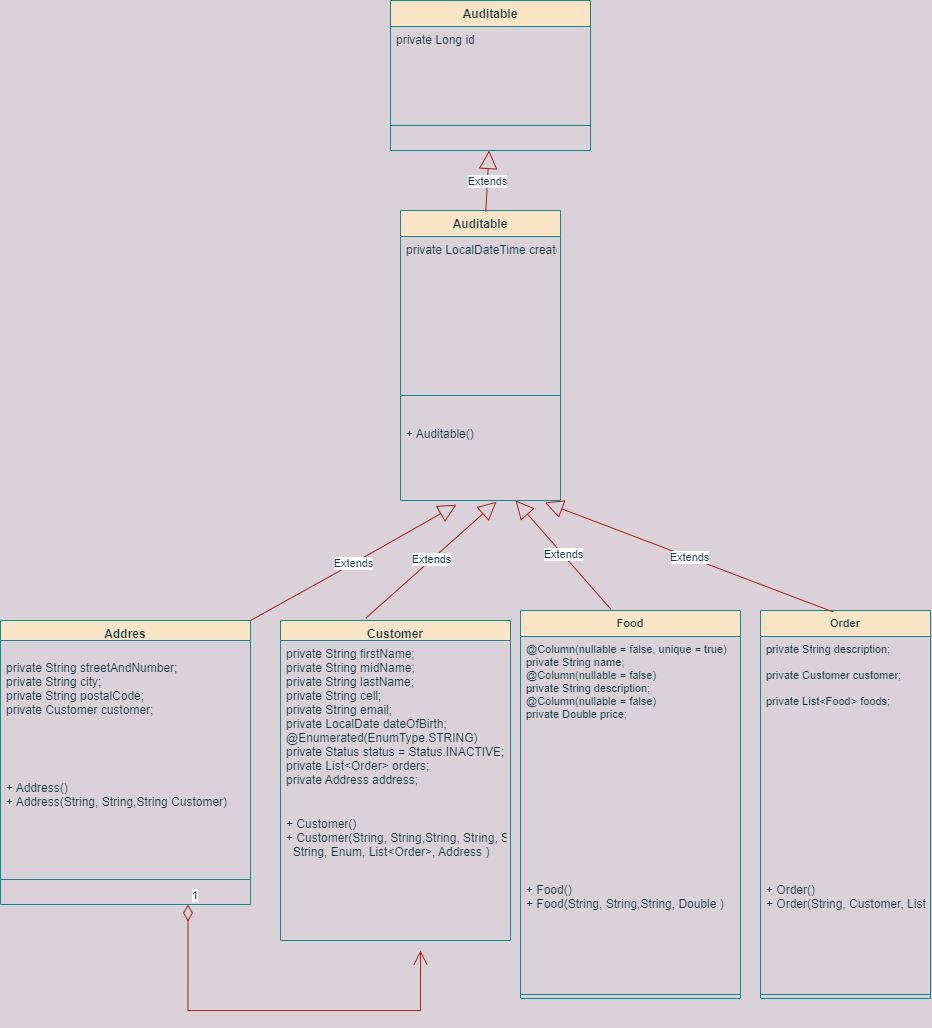
Csaba79-coder/webler-feeder keeps this draw.io diagram as doc/class-diagram/ClassDiagram/ClassDiagram.png. Above is the earlier version. Source tidied: cells renumbered, new cells last; positions are measured from the earlier drawing's top-left corner, leaving out a move shared by most shapes. Source of this version:
```xml
<mxGraphModel background="#DAD2D8">
  <root>
    <mxCell id="0" />
    <mxCell id="1" parent="0" />
    <mxCell id="2" value="Auditable&#10;" style="swimlane;fontStyle=1;align=center;verticalAlign=top;horizontal=1;startSize=26;strokeColor=#0F8B8D;fontColor=#143642;fillColor=#FAE5C7;" parent="1" vertex="1">
      <mxGeometry x="400" y="210" width="160" height="290" as="geometry" />
    </mxCell>
    <mxCell id="3" value="private LocalDateTime createdAt = now();" style="text;strokeColor=none;fillColor=none;align=left;verticalAlign=top;spacingLeft=4;spacingRight=4;overflow=hidden;fontColor=#143642;" parent="2" vertex="1">
      <mxGeometry y="26" width="160" height="134" as="geometry" />
    </mxCell>
    <mxCell id="4" style="line;strokeWidth=1;fillColor=none;align=left;verticalAlign=middle;spacingTop=-1;spacingLeft=3;spacingRight=3;labelPosition=right;strokeColor=inherit;fontColor=#143642;" parent="2" vertex="1">
      <mxGeometry y="160" width="160" height="50" as="geometry" />
    </mxCell>
    <mxCell id="5" value="+ Auditable()&#10;&#10;" style="text;strokeColor=none;fillColor=none;align=left;verticalAlign=top;spacingLeft=4;spacingRight=4;overflow=hidden;points=[[0,0.5],[1,0.5]];portConstraint=eastwest;fontColor=#143642;" parent="2" vertex="1">
      <mxGeometry y="210" width="160" height="80" as="geometry" />
    </mxCell>
    <mxCell id="6" value="Auditable&#10;" style="swimlane;fontStyle=1;align=center;verticalAlign=top;horizontal=1;startSize=26;strokeColor=#0F8B8D;fontColor=#143642;fillColor=#FAE5C7;" parent="1" vertex="1">
      <mxGeometry x="390" width="200" height="150" as="geometry" />
    </mxCell>
    <mxCell id="7" value="private Long id" style="text;strokeColor=none;fillColor=none;align=left;verticalAlign=top;spacingLeft=4;spacingRight=4;overflow=hidden;fontColor=#143642;" parent="6" vertex="1">
      <mxGeometry y="26" width="200" height="74" as="geometry" />
    </mxCell>
    <mxCell id="8" style="line;strokeWidth=1;fillColor=none;align=left;verticalAlign=middle;spacingTop=-1;spacingLeft=3;spacingRight=3;labelPosition=right;points=[];portConstraint=eastwest;strokeColor=inherit;fontColor=#143642;" parent="6" vertex="1">
      <mxGeometry y="100" width="200" height="50" as="geometry" />
    </mxCell>
    <mxCell id="9" value="Addres&#10;" style="swimlane;fontStyle=1;align=center;verticalAlign=top;horizontal=1;startSize=20;strokeColor=#0F8B8D;fontColor=#143642;fillColor=#FAE5C7;" parent="1" vertex="1">
      <mxGeometry y="620" width="250" height="284" as="geometry" />
    </mxCell>
    <mxCell id="10" value="&#10;private String streetAndNumber;&#10;private String city;&#10;private String postalCode;&#10;private Customer customer;&#10;" style="text;strokeColor=none;fillColor=none;align=left;verticalAlign=top;spacingLeft=4;spacingRight=4;overflow=hidden;fontColor=#143642;" parent="9" vertex="1">
      <mxGeometry y="20" width="250" height="134" as="geometry" />
    </mxCell>
    <mxCell id="11" value="+ Address()&#10;+ Address(String, String,String Customer)&#10;" style="text;strokeColor=none;fillColor=none;align=left;verticalAlign=top;spacingLeft=4;spacingRight=4;overflow=hidden;fontColor=#143642;" parent="9" vertex="1">
      <mxGeometry y="154" width="250" height="80" as="geometry" />
    </mxCell>
    <mxCell id="12" style="line;strokeWidth=1;fillColor=none;align=left;verticalAlign=middle;spacingTop=-1;spacingLeft=3;spacingRight=3;labelPosition=right;strokeColor=inherit;fontColor=#143642;" parent="9" vertex="1">
      <mxGeometry y="234" width="250" height="50" as="geometry" />
    </mxCell>
    <mxCell id="13" value="Customer&#10;" style="swimlane;fontStyle=1;align=center;verticalAlign=top;horizontal=1;startSize=20;strokeColor=#0F8B8D;fontColor=#143642;fillColor=#FAE5C7;" parent="1" vertex="1">
      <mxGeometry x="280" y="620" width="230" height="320" as="geometry" />
    </mxCell>
    <mxCell id="14" value="private String firstName;&#10;private String midName;&#10;private String lastName;&#10;private String cell;&#10;private String email;&#10;private LocalDate dateOfBirth;&#10;@Enumerated(EnumType.STRING)&#10;private Status status = Status.INACTIVE;&#10;private List&lt;Order&gt; orders;&#10;private Address address;" style="text;strokeColor=none;fillColor=none;align=left;verticalAlign=top;spacingLeft=4;spacingRight=4;overflow=hidden;fontColor=#143642;" parent="13" vertex="1">
      <mxGeometry y="20" width="230" height="170" as="geometry" />
    </mxCell>
    <mxCell id="15" value="+ Customer()&#10;+ Customer(String, String,String, String, String,&#10;  String, Enum, List&lt;Order&gt;, Address )&#10;" style="text;strokeColor=none;fillColor=none;align=left;verticalAlign=top;spacingLeft=4;spacingRight=4;overflow=hidden;fontColor=#143642;" parent="13" vertex="1">
      <mxGeometry y="190" width="230" height="130" as="geometry" />
    </mxCell>
    <mxCell id="16" value="Extends" style="endArrow=block;endSize=16;endFill=0;html=1;rounded=0;strokeColor=#A8201A;fontColor=#143642;fillColor=#FAE5C7;entryX=0.35;entryY=1.053;entryDx=0;entryDy=0;entryPerimeter=0;exitX=1;exitY=0;exitDx=0;exitDy=0;" parent="1" edge="1" source="9" target="5">
      <mxGeometry relative="1" as="geometry">
        <Array as="points">
          <mxPoint x="340" y="570" />
        </Array>
      </mxGeometry>
    </mxCell>
    <mxCell id="17" value="Extends" style="endArrow=block;endSize=16;endFill=0;html=1;rounded=0;labelBackgroundColor=default;strokeColor=#A8201A;fontFamily=Helvetica;fontSize=11;fontColor=#143642;fillColor=#FAE5C7;shape=connector;exitX=0.533;exitY=0.004;exitDx=0;exitDy=0;exitPerimeter=0;" parent="1" edge="1" source="2" target="8">
      <mxGeometry relative="1" as="geometry" />
    </mxCell>
    <mxCell id="18" value="Extends" style="endArrow=block;endSize=16;endFill=0;html=1;rounded=0;labelBackgroundColor=default;strokeColor=#A8201A;fontFamily=Helvetica;fontSize=11;fontColor=#143642;fillColor=#FAE5C7;shape=connector;exitX=0.372;exitY=-0.008;exitDx=0;exitDy=0;exitPerimeter=0;entryX=0.6;entryY=1.015;entryDx=0;entryDy=0;entryPerimeter=0;" parent="1" edge="1" source="13" target="5">
      <mxGeometry relative="1" as="geometry" />
    </mxCell>
    <mxCell id="19" value="Food&#10;" style="swimlane;fontStyle=1;align=center;verticalAlign=top;horizontal=1;startSize=26;strokeColor=#0F8B8D;fontFamily=Helvetica;fontSize=11;fontColor=#143642;fillColor=#FAE5C7;" parent="1" vertex="1">
      <mxGeometry x="520" y="610" width="220" height="388" as="geometry" />
    </mxCell>
    <mxCell id="20" value="@Column(nullable = false, unique = true)&#10;private String name;&#10;@Column(nullable = false)&#10;private String description;&#10;@Column(nullable = false)&#10;private Double price;" style="text;strokeColor=none;fillColor=none;align=left;verticalAlign=top;spacingLeft=4;spacingRight=4;overflow=hidden;fontFamily=Helvetica;fontSize=11;fontColor=#143642;" parent="19" vertex="1">
      <mxGeometry y="26" width="220" height="240" as="geometry" />
    </mxCell>
    <mxCell id="21" value="+ Food()&#10;+ Food(String, String,String, Double )&#10;" style="text;strokeColor=none;fillColor=none;align=left;verticalAlign=top;spacingLeft=4;spacingRight=4;overflow=hidden;fontColor=#143642;" parent="19" vertex="1">
      <mxGeometry y="266" width="220" height="114" as="geometry" />
    </mxCell>
    <mxCell id="22" style="line;strokeWidth=1;fillColor=none;align=left;verticalAlign=middle;spacingTop=-1;spacingLeft=3;spacingRight=3;labelPosition=right;strokeColor=inherit;fontFamily=Helvetica;fontSize=11;fontColor=#143642;" parent="19" vertex="1">
      <mxGeometry y="380" width="220" height="8" as="geometry" />
    </mxCell>
    <mxCell id="23" value="Extends" style="endArrow=block;endSize=16;endFill=0;html=1;rounded=0;labelBackgroundColor=default;strokeColor=#A8201A;fontFamily=Helvetica;fontSize=11;fontColor=#143642;fillColor=#FAE5C7;shape=connector;exitX=0.411;exitY=-0.003;exitDx=0;exitDy=0;exitPerimeter=0;" parent="1" edge="1" source="19" target="5">
      <mxGeometry relative="1" as="geometry" />
    </mxCell>
    <mxCell id="24" value="Order&#10;" style="swimlane;fontStyle=1;align=center;verticalAlign=top;horizontal=1;startSize=26;strokeColor=#0F8B8D;fontFamily=Helvetica;fontSize=11;fontColor=#143642;fillColor=#FAE5C7;" parent="1" vertex="1">
      <mxGeometry x="760" y="610" width="170" height="388" as="geometry" />
    </mxCell>
    <mxCell id="25" value="private String description;&#10;&#10;private Customer customer;&#10;&#10;private List&lt;Food&gt; foods;" style="text;strokeColor=none;fillColor=none;align=left;verticalAlign=top;spacingLeft=4;spacingRight=4;overflow=hidden;fontFamily=Helvetica;fontSize=11;fontColor=#143642;" parent="24" vertex="1">
      <mxGeometry y="26" width="170" height="240" as="geometry" />
    </mxCell>
    <mxCell id="26" value="+ Order()&#10;+ Order(String, Customer, List&lt;Food&gt;)&#10;" style="text;strokeColor=none;fillColor=none;align=left;verticalAlign=top;spacingLeft=4;spacingRight=4;overflow=hidden;fontColor=#143642;" parent="24" vertex="1">
      <mxGeometry y="266" width="170" height="114" as="geometry" />
    </mxCell>
    <mxCell id="27" style="line;strokeWidth=1;fillColor=none;align=left;verticalAlign=middle;spacingTop=-1;spacingLeft=3;spacingRight=3;labelPosition=right;strokeColor=inherit;fontFamily=Helvetica;fontSize=11;fontColor=#143642;" parent="24" vertex="1">
      <mxGeometry y="380" width="170" height="8" as="geometry" />
    </mxCell>
    <mxCell id="28" value="Extends" style="endArrow=block;endSize=16;endFill=0;html=1;rounded=0;labelBackgroundColor=default;strokeColor=#A8201A;fontFamily=Helvetica;fontSize=11;fontColor=#143642;fillColor=#FAE5C7;shape=connector;entryX=0.902;entryY=1.024;entryDx=0;entryDy=0;entryPerimeter=0;exitX=0.429;exitY=0.004;exitDx=0;exitDy=0;exitPerimeter=0;" parent="1" edge="1" source="24" target="5">
      <mxGeometry relative="1" as="geometry" />
    </mxCell>
    <mxCell id="29" value="1" style="endArrow=open;html=1;endSize=12;startArrow=diamondThin;startSize=14;startFill=0;edgeStyle=orthogonalEdgeStyle;align=left;verticalAlign=bottom;rounded=0;labelBackgroundColor=default;strokeColor=#A8201A;fontFamily=Helvetica;fontSize=11;fontColor=#143642;fillColor=#FAE5C7;shape=connector;exitX=0.75;exitY=1;exitDx=0;exitDy=0;" parent="1" edge="1" source="9">
      <mxGeometry x="-1" y="3" relative="1" as="geometry">
        <mxPoint x="420" y="950" as="targetPoint" />
        <Array as="points">
          <mxPoint x="187" y="1010" />
          <mxPoint x="420" y="1010" />
        </Array>
      </mxGeometry>
    </mxCell>
  </root>
</mxGraphModel>
```
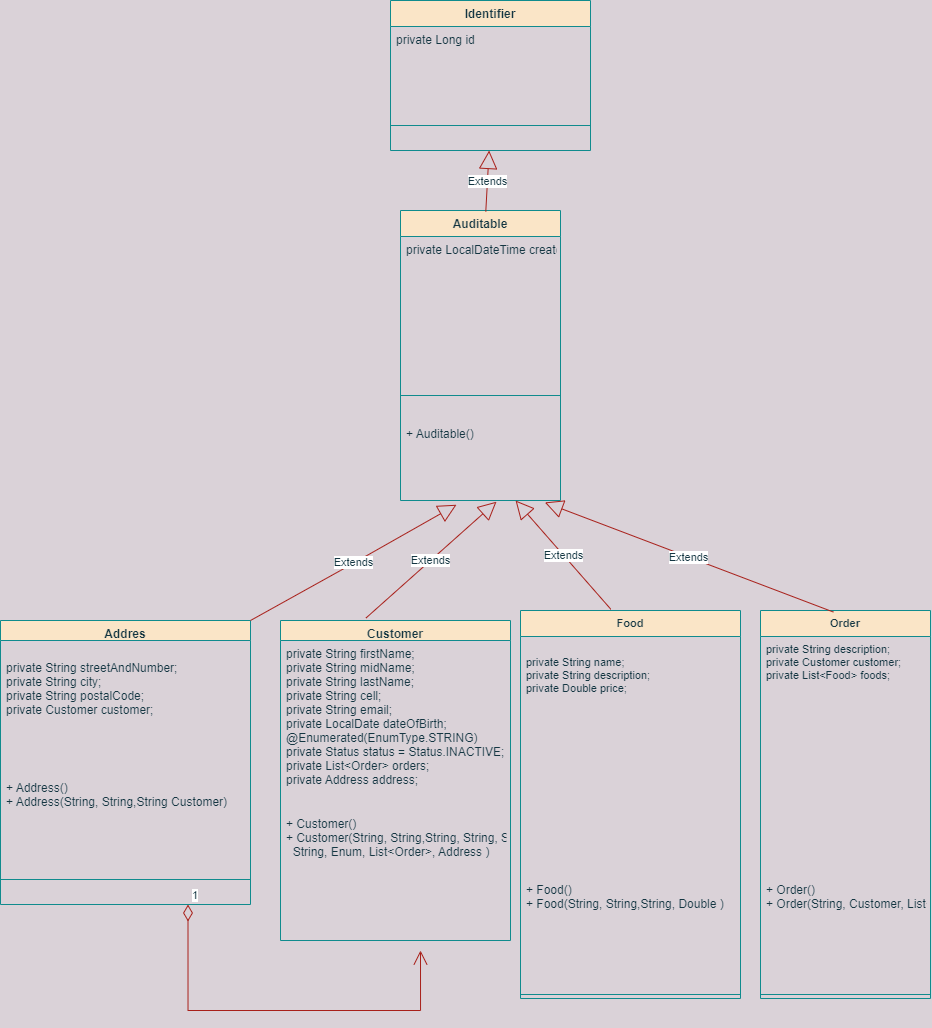
The same file after the commit.

Commit message:
Updated Names ClassDiagram & RepoDiagram

The edit, as a diff of the source:
```diff
@@ -14,7 +14,7 @@
     <mxCell id="5" value="+ Auditable()&#10;&#10;" style="text;strokeColor=none;fillColor=none;align=left;verticalAlign=top;spacingLeft=4;spacingRight=4;overflow=hidden;points=[[0,0.5],[1,0.5]];portConstraint=eastwest;fontColor=#143642;" parent="2" vertex="1">
       <mxGeometry y="210" width="160" height="80" as="geometry" />
     </mxCell>
-    <mxCell id="6" value="Auditable&#10;" style="swimlane;fontStyle=1;align=center;verticalAlign=top;horizontal=1;startSize=26;strokeColor=#0F8B8D;fontColor=#143642;fillColor=#FAE5C7;" parent="1" vertex="1">
+    <mxCell id="6" value="Identifier" style="swimlane;fontStyle=1;align=center;verticalAlign=top;horizontal=1;startSize=26;strokeColor=#0F8B8D;fontColor=#143642;fillColor=#FAE5C7;" parent="1" vertex="1">
       <mxGeometry x="390" width="200" height="150" as="geometry" />
     </mxCell>
     <mxCell id="7" value="private Long id" style="text;strokeColor=none;fillColor=none;align=left;verticalAlign=top;spacingLeft=4;spacingRight=4;overflow=hidden;fontColor=#143642;" parent="6" vertex="1">
@@ -60,7 +60,7 @@
     <mxCell id="19" value="Food&#10;" style="swimlane;fontStyle=1;align=center;verticalAlign=top;horizontal=1;startSize=26;strokeColor=#0F8B8D;fontFamily=Helvetica;fontSize=11;fontColor=#143642;fillColor=#FAE5C7;" parent="1" vertex="1">
       <mxGeometry x="520" y="610" width="220" height="388" as="geometry" />
     </mxCell>
-    <mxCell id="20" value="@Column(nullable = false, unique = true)&#10;private String name;&#10;@Column(nullable = false)&#10;private String description;&#10;@Column(nullable = false)&#10;private Double price;" style="text;strokeColor=none;fillColor=none;align=left;verticalAlign=top;spacingLeft=4;spacingRight=4;overflow=hidden;fontFamily=Helvetica;fontSize=11;fontColor=#143642;" parent="19" vertex="1">
+    <mxCell id="20" value="&#10;private String name;&#10;private String description;&#10;private Double price;" style="text;strokeColor=none;fillColor=none;align=left;verticalAlign=top;spacingLeft=4;spacingRight=4;overflow=hidden;fontFamily=Helvetica;fontSize=11;fontColor=#143642;" parent="19" vertex="1">
       <mxGeometry y="26" width="220" height="240" as="geometry" />
     </mxCell>
     <mxCell id="21" value="+ Food()&#10;+ Food(String, String,String, Double )&#10;" style="text;strokeColor=none;fillColor=none;align=left;verticalAlign=top;spacingLeft=4;spacingRight=4;overflow=hidden;fontColor=#143642;" parent="19" vertex="1">
@@ -75,7 +75,7 @@
     <mxCell id="24" value="Order&#10;" style="swimlane;fontStyle=1;align=center;verticalAlign=top;horizontal=1;startSize=26;strokeColor=#0F8B8D;fontFamily=Helvetica;fontSize=11;fontColor=#143642;fillColor=#FAE5C7;" parent="1" vertex="1">
       <mxGeometry x="760" y="610" width="170" height="388" as="geometry" />
     </mxCell>
-    <mxCell id="25" value="private String description;&#10;&#10;private Customer customer;&#10;&#10;private List&lt;Food&gt; foods;" style="text;strokeColor=none;fillColor=none;align=left;verticalAlign=top;spacingLeft=4;spacingRight=4;overflow=hidden;fontFamily=Helvetica;fontSize=11;fontColor=#143642;" parent="24" vertex="1">
+    <mxCell id="25" value="private String description;&#10;private Customer customer;&#10;private List&lt;Food&gt; foods;" style="text;strokeColor=none;fillColor=none;align=left;verticalAlign=top;spacingLeft=4;spacingRight=4;overflow=hidden;fontFamily=Helvetica;fontSize=11;fontColor=#143642;" parent="24" vertex="1">
       <mxGeometry y="26" width="170" height="240" as="geometry" />
     </mxCell>
     <mxCell id="26" value="+ Order()&#10;+ Order(String, Customer, List&lt;Food&gt;)&#10;" style="text;strokeColor=none;fillColor=none;align=left;verticalAlign=top;spacingLeft=4;spacingRight=4;overflow=hidden;fontColor=#143642;" parent="24" vertex="1">
```
